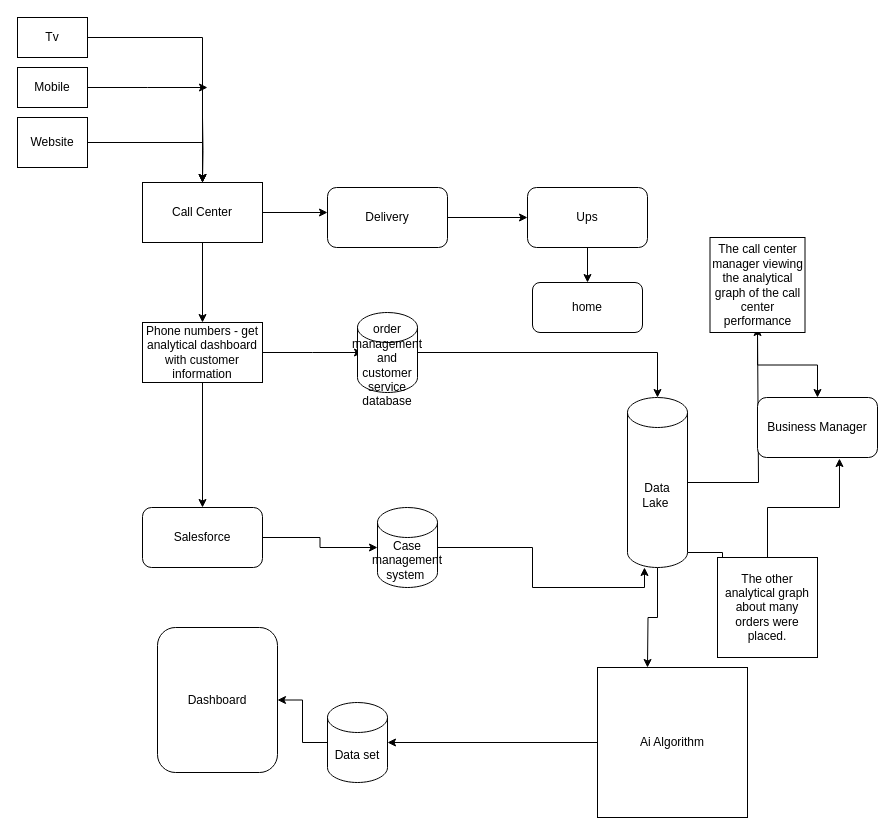
Earlier version of the draw.io diagram YOLO-CoreML/YOLO-CoreML/Untitled Diagram.drawio (Ofarooqisawesome/YOLO-CoreML). Source tidied: cells renumbered, new cells numbered last; positions are measured from the earlier drawing's top-left corner, leaving out a move shared by most shapes. Both pictures are drawn from the tidied source at 100%, with x=0, y=0 at pixel (17, 17).
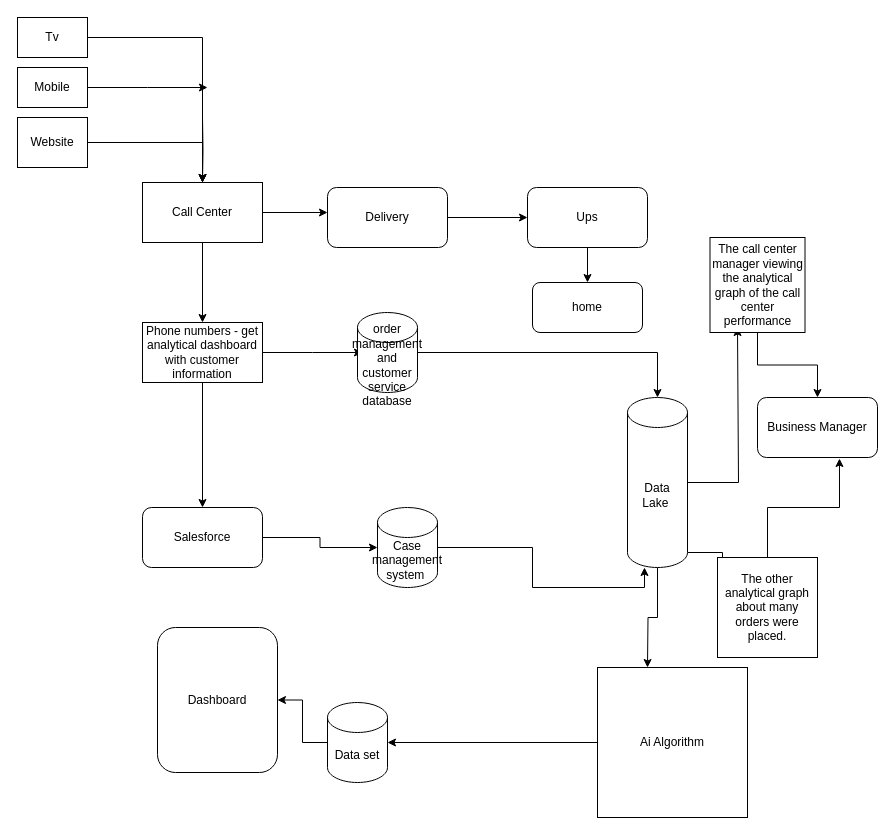
The same page after the edit.

Unchanged cells that the change refers to:
```xml
<mxCell id="22" value="Data Lake&amp;nbsp;" style="shape=cylinder3;whiteSpace=wrap;html=1;boundedLbl=1;backgroundOutline=1;size=15;" parent="1" vertex="1">
  <mxGeometry x="610" y="380" width="60" height="170" as="geometry" />
</mxCell>
```

The edit, as a diff of the source:
```diff
@@
-    <mxCell id="19" style="edgeStyle=orthogonalEdgeStyle;rounded=0;jettySize=auto;html=1;" parent="1" edge="1" source="22">
+    <mxCell id="19" style="edgeStyle=orthogonalEdgeStyle;rounded=0;orthogonalLoop=1;jettySize=auto;html=1;" parent="1" edge="1">
       <mxGeometry relative="1" as="geometry">
-        <mxPoint x="740" y="310" as="targetPoint" />
+        <mxPoint x="650" y="465" as="sourcePoint" />
+        <mxPoint x="720" y="310" as="targetPoint" />
         <Array as="points">
-          <mxPoint x="741" y="465" />
+          <mxPoint x="721" y="465" />
         </Array>
       </mxGeometry>
     </mxCell>
```
